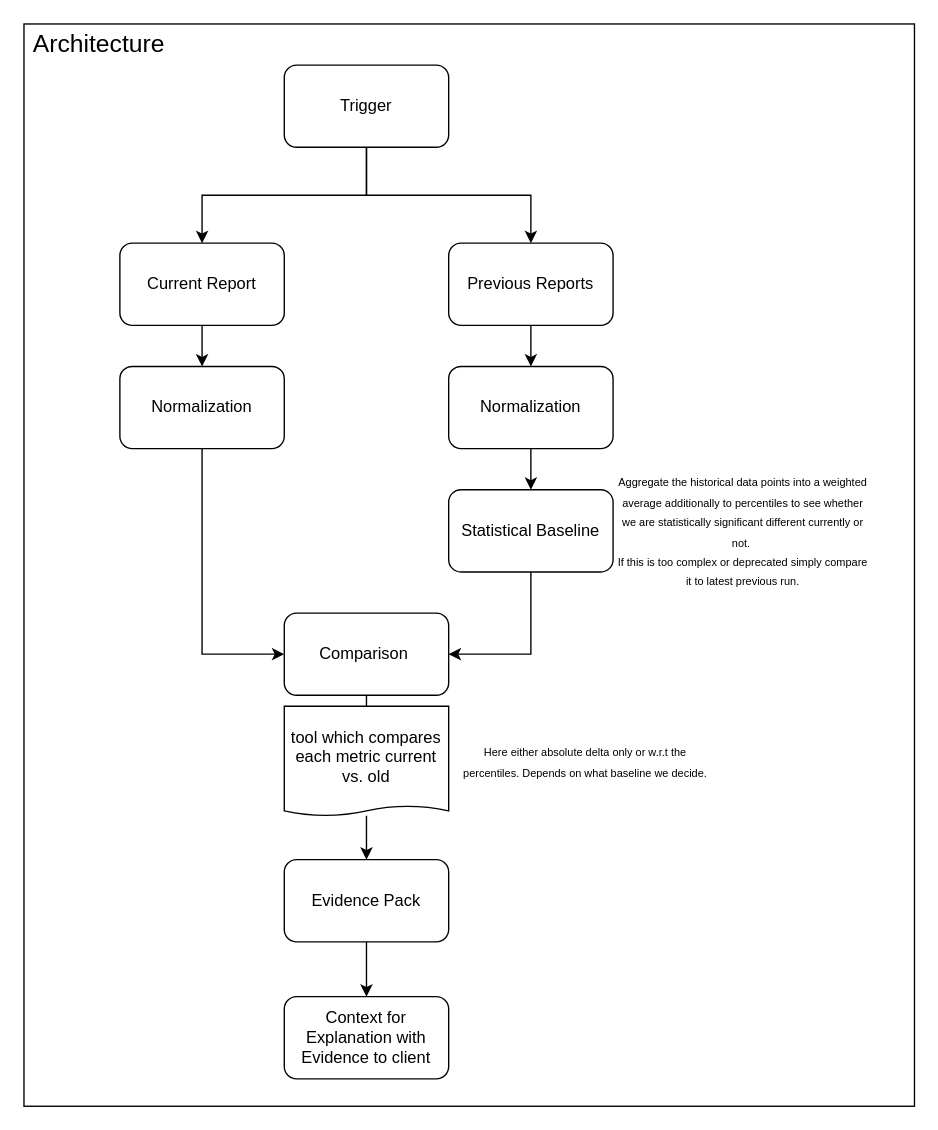
The draw.io diagram docs/implementation/architecture_overview/release-compass-architecture.drawio in ZHAW-InIT-SoftwareEngineering/release-compass, before the edit. Source tidied: cells renumbered, new cells numbered last; positions are measured from the earlier drawing's top-left corner, leaving out a move shared by most shapes. Both pictures are drawn from the tidied source at 137%, with x=0, y=0 at pixel (23, 23).
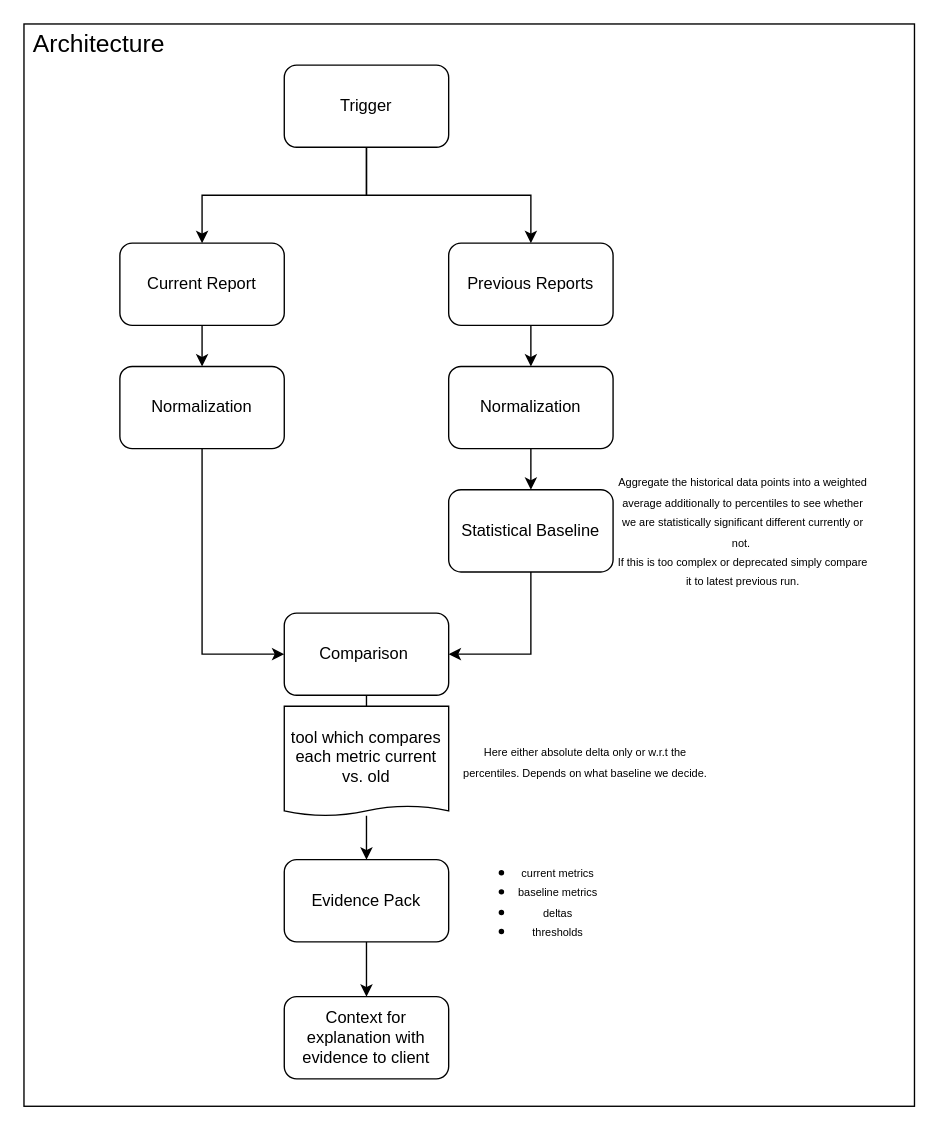
After the change.

Diff of the diagram source:
```diff
@@
-    <mxCell id="10" value="Context for Explanation with Evidence to client" style="rounded=1;whiteSpace=wrap;html=1;" parent="1" vertex="1">
+    <mxCell id="10" value="Context for explanation with evidence to client" style="rounded=1;whiteSpace=wrap;html=1;" parent="1" vertex="1">
       <mxGeometry x="190" y="710" width="120" height="60" as="geometry" />
     </mxCell>
@@
+    <mxCell id="26" value="&lt;ul&gt;&lt;li&gt;&lt;font style=&quot;font-size: 8px;&quot;&gt;current metrics&lt;/font&gt;&lt;/li&gt;&lt;li&gt;&lt;font style=&quot;font-size: 8px;&quot;&gt;baseline metrics&lt;/font&gt;&lt;/li&gt;&lt;li&gt;&lt;font style=&quot;font-size: 8px;&quot;&gt;deltas&lt;/font&gt;&lt;/li&gt;&lt;li&gt;&lt;font style=&quot;font-size: 8px;&quot;&gt;thresholds&lt;/font&gt;&lt;/li&gt;&lt;/ul&gt;" style="text;html=1;whiteSpace=wrap;strokeColor=none;fillColor=none;align=center;verticalAlign=middle;rounded=0;" parent="1" vertex="1">
+      <mxGeometry x="315" y="605" width="110" height="70" as="geometry" />
+    </mxCell>
```
